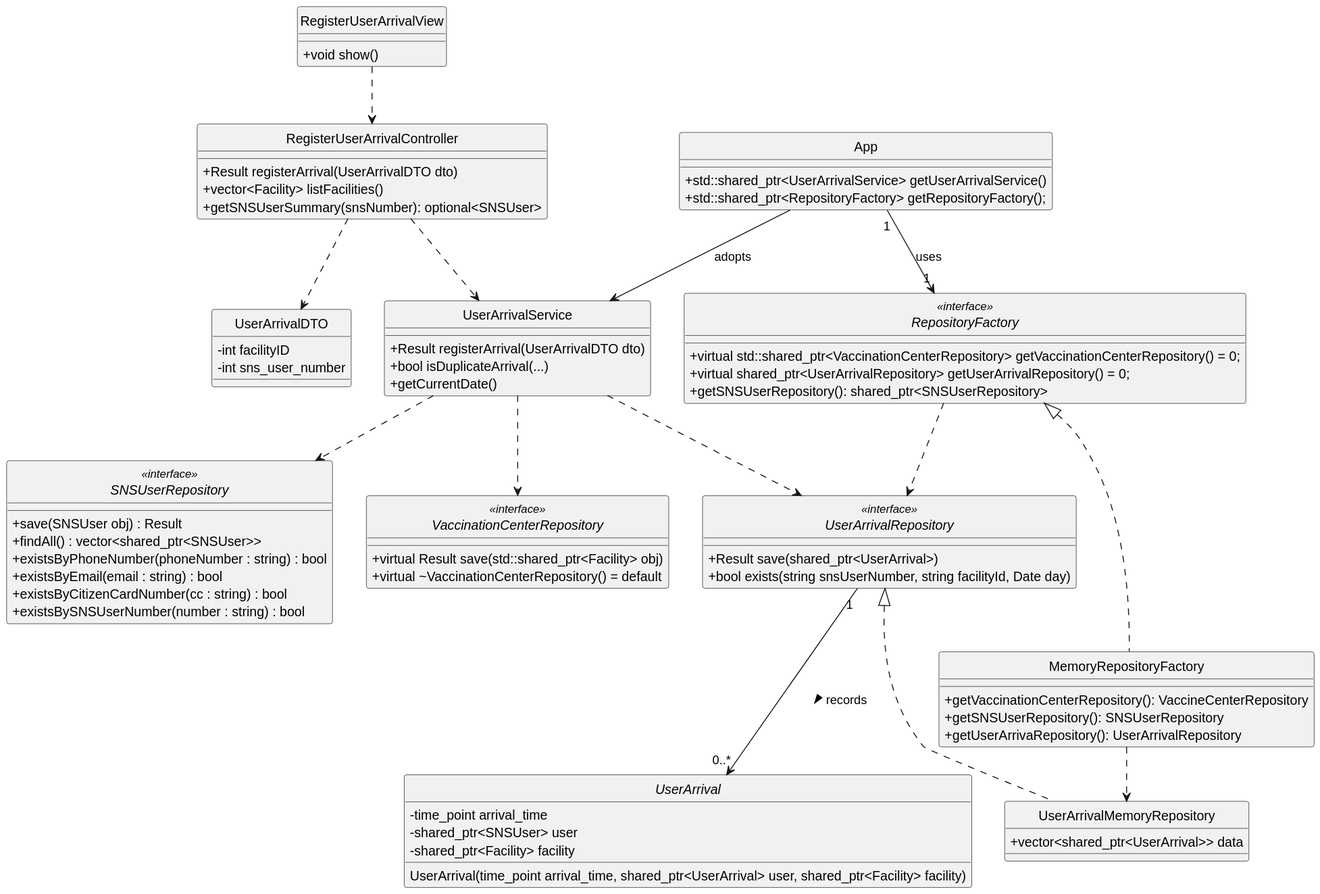
Above: docs/system-documentation/US22/svg/US22-CD.svg in Parafita123/leti-esoft-25-26-B1 (PlantUML), before the change.
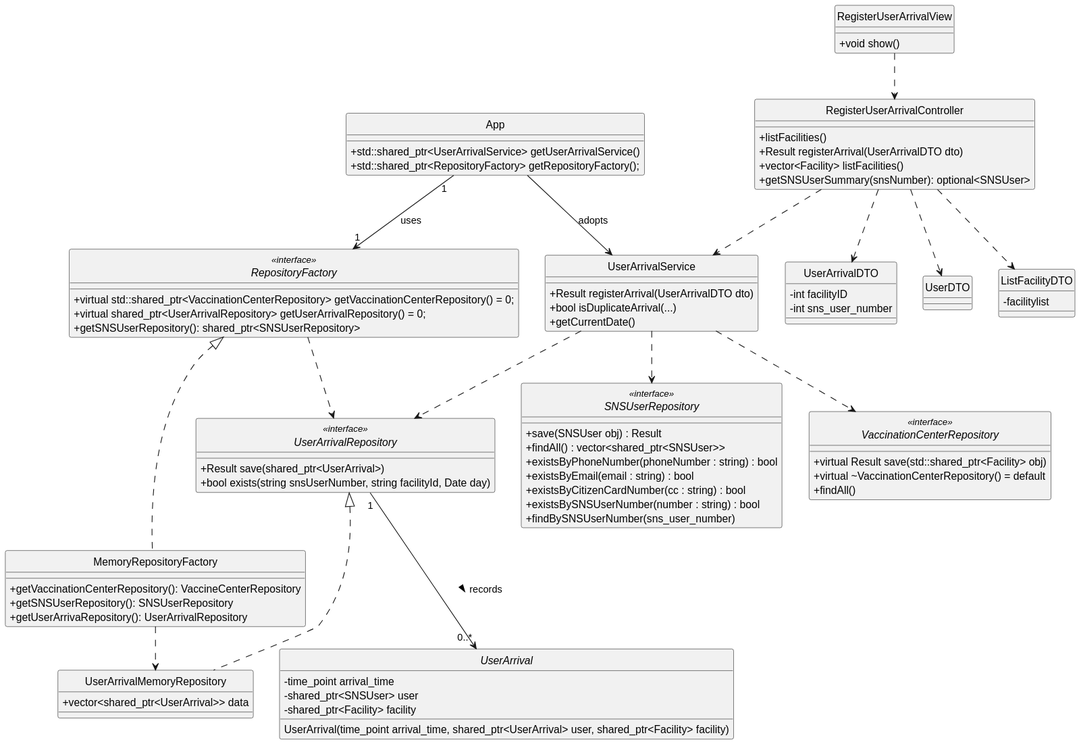
Later version of the same file.

Commit message:
US22 diagramas atualizados

Diff of the diagram source:
```diff
@@ -10,11 +10,18 @@
     - int sns_user_number
 }
 
+class UserDTO {
+}
+
+class ListFacilityDTO {
+    - facilitylist
+}
 class RegisterUserArrivalView {
     + void show()
 }
 
 class RegisterUserArrivalController {
+    + listFacilities()
     + Result registerArrival(UserArrivalDTO dto)
     + vector<Facility> listFacilities()
     + getSNSUserSummary(snsNumber): optional<SNSUser>
@@ -28,7 +35,8 @@
 
 RegisterUserArrivalView ..> RegisterUserArrivalController
 RegisterUserArrivalController ..> UserArrivalDTO
-
+RegisterUserArrivalController ..> UserDTO
+RegisterUserArrivalController ..> ListFacilityDTO
 class UserArrivalService {
     + Result registerArrival(UserArrivalDTO dto)
     + bool isDuplicateArrival(...)
@@ -36,7 +44,6 @@
 }
 
 RegisterUserArrivalController ..> UserArrivalService
-
 
 interface UserArrivalRepository <<interface>> {
     + Result save(shared_ptr<UserArrival>)
@@ -47,8 +54,8 @@
 interface VaccinationCenterRepository <<interface>> {
   +virtual Result save(std::shared_ptr<Facility> obj)
   +virtual ~VaccinationCenterRepository() = default
+  +findAll()
 }
-
 
     class UserArrivalMemoryRepository{
     + vector<shared_ptr<UserArrival>> data
@@ -61,6 +68,7 @@
       + existsByEmail(email : string) : bool
       + existsByCitizenCardNumber(cc : string) : bool
       + existsBySNSUserNumber(number : string) : bool
+      + findBySNSUserNumber(sns_user_number)
     }
 
 UserArrivalMemoryRepository .up.|> UserArrivalRepository
```
